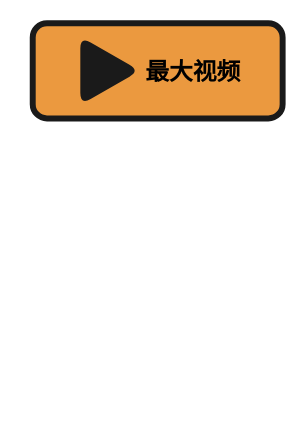
Before: page "第 3 页" (3 of 3) of network.drawio in fdd09/flow, a draw.io diagram. Source tidied: cells renumbered, new cells numbered last; positions are measured from the earlier drawing's top-left corner, leaving out a move shared by most shapes. Both pictures are drawn from the tidied source at 119%, with x=0, y=0 at pixel (32, 23).
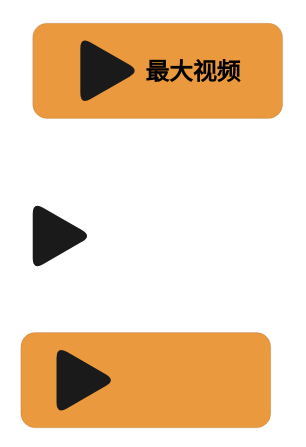
The same diagram, later.

What changed in the source:
```diff
@@
 <mxGraphModel>
   <root>
     <mxCell id="0" />
     <mxCell id="1" parent="0" />
-    <mxCell id="2" style="rounded=1;whiteSpace=wrap;html=1;fillColor=#eb993f;strokeColor=#1A1A1A;gradientColor=none;strokeWidth=5;" parent="1" vertex="1">
+    <mxCell id="2" style="rounded=1;whiteSpace=wrap;html=1;fillColor=#eb993f;strokeColor=#1A1A1A;gradientColor=none;strokeWidth=0;" parent="1" vertex="1">
       <mxGeometry width="210" height="80" as="geometry" />
     </mxCell>
     <mxCell id="3" style="triangle;whiteSpace=wrap;html=1;rounded=1;fillColor=#1A1A1A;strokeColor=none;fontColor=#ffffff;" parent="1" vertex="1">
       <mxGeometry x="40" y="11.2" width="50" height="57.5" as="geometry" />
     </mxCell>
     <mxCell id="4" style="edgeStyle=orthogonalEdgeStyle;rounded=0;orthogonalLoop=1;jettySize=auto;html=1;exitX=0.5;exitY=1;exitDx=0;exitDy=0;" parent="1" edge="1" source="2" target="2">
       <mxGeometry relative="1" as="geometry" />
     </mxCell>
     <mxCell id="5" value="&lt;b style=&quot;font-size: 20px;&quot;&gt;&lt;font style=&quot;font-size: 20px;&quot;&gt;最大视频&lt;/font&gt;&lt;/b&gt;" style="text;html=1;strokeColor=none;fillColor=none;align=center;verticalAlign=middle;whiteSpace=wrap;rounded=0;labelBackgroundColor=none;fontSize=20;labelBorderColor=none;fontFamily=Times New Roman;" parent="1" vertex="1">
       <mxGeometry x="90" y="25" width="90" height="30" as="geometry" />
     </mxCell>
+    <mxCell id="6" style="triangle;whiteSpace=wrap;html=1;rounded=1;fillColor=#1A1A1A;strokeColor=none;fontColor=#ffffff;" parent="1" vertex="1">
+      <mxGeometry y="150" width="50" height="57.5" as="geometry" />
+    </mxCell>
+    <mxCell id="7" style="rounded=1;whiteSpace=wrap;html=1;fillColor=#eb993f;strokeColor=#1A1A1A;gradientColor=none;strokeWidth=0;" parent="1" vertex="1">
+      <mxGeometry x="-10" y="260" width="210" height="80" as="geometry" />
+    </mxCell>
+    <mxCell id="8" style="triangle;whiteSpace=wrap;html=1;rounded=1;fillColor=#1A1A1A;strokeColor=none;fontColor=#ffffff;" parent="1" vertex="1">
+      <mxGeometry x="20" y="271.2" width="50" height="57.5" as="geometry" />
+    </mxCell>
   </root>
 </mxGraphModel>
```
